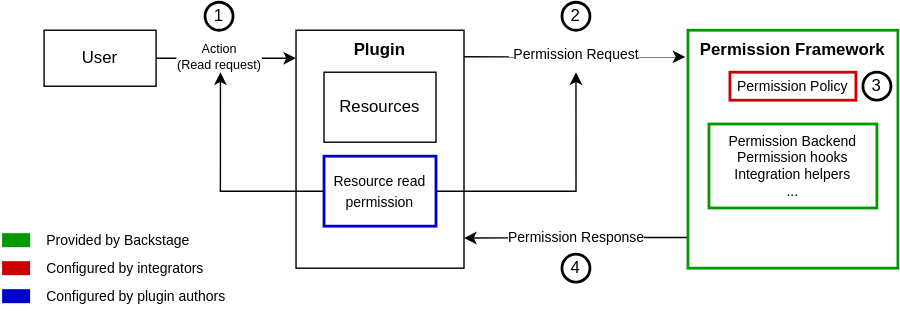
waldirmontoya25/backstage keeps this draw.io diagram as docs/assets/permissions/permission-framework-overview.drawio.svg. Above is the earlier version. Source tidied: cells renumbered, new cells last; positions are measured from the earlier drawing's top-left corner, leaving out a move shared by most shapes. Its diagram source:
```xml
<mxGraphModel>
  <root>
    <mxCell id="0" />
    <mxCell id="1" parent="0" />
    <mxCell id="2" value="User" style="rounded=0;whiteSpace=wrap;html=1;" parent="1" vertex="1">
      <mxGeometry x="30" y="20" width="80" height="40" as="geometry" />
    </mxCell>
    <mxCell id="3" value="Plugin" style="rounded=0;whiteSpace=wrap;html=1;verticalAlign=top;fontStyle=1;" parent="1" vertex="1">
      <mxGeometry x="210" y="20" width="120" height="170" as="geometry" />
    </mxCell>
    <mxCell id="4" value="Permission Response" style="edgeStyle=orthogonalEdgeStyle;rounded=0;jettySize=auto;html=1;exitX=0;exitY=0.871;exitDx=0;exitDy=0;entryX=1;entryY=0.75;entryDx=0;entryDy=0;fontSize=10;exitPerimeter=0;" parent="1" edge="1" source="5">
      <mxGeometry relative="1" as="geometry">
        <mxPoint x="330" y="168.5" as="targetPoint" />
      </mxGeometry>
    </mxCell>
    <mxCell id="5" value="Permission Framework" style="rounded=0;whiteSpace=wrap;html=1;verticalAlign=top;fontStyle=1;strokeWidth=2;strokeColor=#009900;" parent="1" vertex="1">
      <mxGeometry x="490" y="20" width="150" height="170" as="geometry" />
    </mxCell>
    <mxCell id="6" style="endArrow=classic;html=1;rounded=0;exitX=1;exitY=0.5;exitDx=0;exitDy=0;" parent="1" edge="1" source="2">
      <mxGeometry relative="1" as="geometry">
        <mxPoint x="210" y="40" as="targetPoint" />
      </mxGeometry>
    </mxCell>
    <mxCell id="7" value="Action&lt;br style=&quot;font-size: 9px;&quot;&gt;(Read request)" style="edgeLabel;html=1;align=center;verticalAlign=middle;fontSize=9;" parent="6" vertex="1">
      <mxGeometry x="0.5" y="2" relative="1" as="geometry">
        <mxPoint x="-30" y="1" as="offset" />
      </mxGeometry>
    </mxCell>
    <mxCell id="8" value="Resources" style="rounded=0;whiteSpace=wrap;html=1;" parent="1" vertex="1">
      <mxGeometry x="230" y="50" width="80" height="50" as="geometry" />
    </mxCell>
    <mxCell id="9" style="edgeStyle=orthogonalEdgeStyle;rounded=0;jettySize=auto;html=1;exitX=0;exitY=0.5;exitDx=0;exitDy=0;fontSize=10;" parent="1" edge="1" source="11">
      <mxGeometry relative="1" as="geometry">
        <mxPoint x="156" y="50" as="targetPoint" />
        <Array as="points">
          <mxPoint x="156" y="135" />
        </Array>
      </mxGeometry>
    </mxCell>
    <mxCell id="10" style="edgeStyle=orthogonalEdgeStyle;rounded=0;jettySize=auto;html=1;exitX=1;exitY=0.5;exitDx=0;exitDy=0;fontSize=10;" parent="1" edge="1" source="11">
      <mxGeometry relative="1" as="geometry">
        <mxPoint x="410" y="50" as="targetPoint" />
      </mxGeometry>
    </mxCell>
    <mxCell id="11" value="&lt;font style=&quot;font-size: 10px&quot;&gt;Resource read permission&lt;/font&gt;" style="rounded=0;whiteSpace=wrap;html=1;strokeWidth=2;strokeColor=#0000CC;" parent="1" vertex="1">
      <mxGeometry x="230" y="110" width="80" height="50" as="geometry" />
    </mxCell>
    <mxCell id="12" value="Permission Policy" style="rounded=0;whiteSpace=wrap;html=1;fontSize=10;strokeColor=#CC0000;strokeWidth=2;" parent="1" vertex="1">
      <mxGeometry x="520" y="50" width="90" height="20" as="geometry" />
    </mxCell>
    <mxCell id="13" style="endArrow=classic;html=1;rounded=0;fontSize=10;entryX=-0.012;entryY=0.112;entryDx=0;entryDy=0;entryPerimeter=0;" parent="1" edge="1" target="5">
      <mxGeometry relative="1" as="geometry">
        <mxPoint x="330" y="39" as="sourcePoint" />
      </mxGeometry>
    </mxCell>
    <mxCell id="14" value="Permission Request" style="edgeLabel;html=1;align=center;verticalAlign=middle;fontSize=10;" parent="13" vertex="1">
      <mxGeometry x="0.06" relative="1" as="geometry">
        <mxPoint x="-4" y="-2" as="offset" />
      </mxGeometry>
    </mxCell>
    <mxCell id="15" style="group;" parent="1" vertex="1">
      <mxGeometry y="160" width="140" height="20" as="geometry" />
    </mxCell>
    <mxCell id="16" style="rounded=0;whiteSpace=wrap;html=1;labelBorderColor=#CC0000;fontSize=10;strokeColor=none;strokeWidth=2;fillColor=#009900;" parent="15" vertex="1">
      <mxGeometry y="5" width="20" height="10" as="geometry" />
    </mxCell>
    <mxCell id="17" value="Provided by Backstage" style="text;html=1;align=left;verticalAlign=middle;strokeColor=none;fillColor=none;fontSize=10;" parent="15" vertex="1">
      <mxGeometry x="30" width="120" height="20" as="geometry" />
    </mxCell>
    <mxCell id="18" style="group;" parent="1" vertex="1">
      <mxGeometry y="180" width="160" height="20" as="geometry" />
    </mxCell>
    <mxCell id="19" style="rounded=0;whiteSpace=wrap;html=1;labelBorderColor=#CC0000;fontSize=10;strokeColor=none;strokeWidth=2;fillColor=#CC0000;" parent="18" vertex="1">
      <mxGeometry y="5" width="20" height="10" as="geometry" />
    </mxCell>
    <mxCell id="20" value="Configured by integrators" style="text;html=1;align=left;verticalAlign=middle;strokeColor=none;fillColor=none;fontSize=10;" parent="18" vertex="1">
      <mxGeometry x="30" width="130" height="20" as="geometry" />
    </mxCell>
    <mxCell id="21" style="group;" parent="1" vertex="1">
      <mxGeometry y="200" width="170" height="20" as="geometry" />
    </mxCell>
    <mxCell id="22" style="rounded=0;whiteSpace=wrap;html=1;labelBorderColor=#CC0000;fontSize=10;strokeColor=none;strokeWidth=2;fillColor=#0000CC;" parent="21" vertex="1">
      <mxGeometry y="5" width="20" height="10" as="geometry" />
    </mxCell>
    <mxCell id="23" value="Configured by plugin authors" style="text;html=1;align=left;verticalAlign=middle;strokeColor=none;fillColor=none;fontSize=10;" parent="21" vertex="1">
      <mxGeometry x="30" width="140" height="20" as="geometry" />
    </mxCell>
    <mxCell id="24" style="edgeStyle=orthogonalEdgeStyle;rounded=0;orthogonalLoop=1;jettySize=auto;html=1;exitX=0.5;exitY=1;exitDx=0;exitDy=0;fontSize=10;" parent="1" edge="1" source="3" target="3">
      <mxGeometry relative="1" as="geometry" />
    </mxCell>
    <mxCell id="25" value="Permission Backend&lt;br&gt;Permission hooks&lt;br&gt;Integration helpers&lt;br&gt;..." style="rounded=0;whiteSpace=wrap;html=1;labelBorderColor=none;fontSize=10;strokeColor=#009900;strokeWidth=2;fillColor=default;" parent="1" vertex="1">
      <mxGeometry x="505" y="87" width="120" height="60" as="geometry" />
    </mxCell>
    <mxCell id="26" value="1" style="ellipse;whiteSpace=wrap;html=1;labelBorderColor=none;fontSize=12;strokeColor=#000000;strokeWidth=2;fillColor=default;" parent="1" vertex="1">
      <mxGeometry x="145" width="20" height="20" as="geometry" />
    </mxCell>
    <mxCell id="27" value="2" style="ellipse;whiteSpace=wrap;html=1;labelBorderColor=none;fontSize=12;strokeColor=#000000;strokeWidth=2;fillColor=default;" parent="1" vertex="1">
      <mxGeometry x="400" width="20" height="20" as="geometry" />
    </mxCell>
    <mxCell id="28" value="3" style="ellipse;whiteSpace=wrap;html=1;labelBorderColor=none;fontSize=12;strokeColor=#000000;strokeWidth=2;fillColor=default;" parent="1" vertex="1">
      <mxGeometry x="615" y="50" width="20" height="20" as="geometry" />
    </mxCell>
    <mxCell id="29" value="4" style="ellipse;whiteSpace=wrap;html=1;labelBorderColor=none;fontSize=12;strokeColor=#000000;strokeWidth=2;fillColor=default;" parent="1" vertex="1">
      <mxGeometry x="400" y="180" width="20" height="20" as="geometry" />
    </mxCell>
  </root>
</mxGraphModel>
```
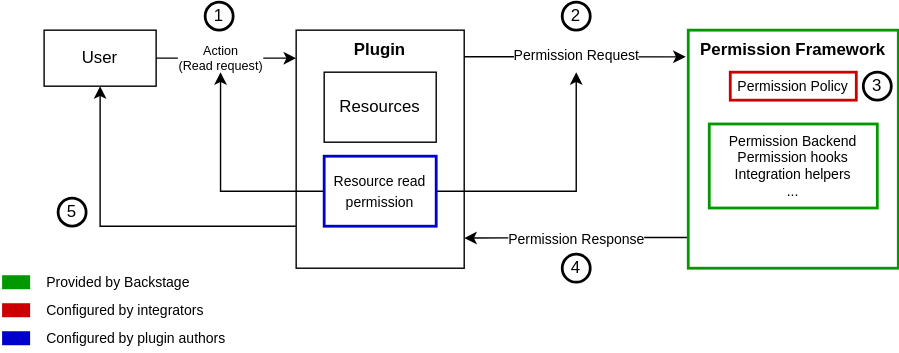
After the commit.

Change to the diagram source:
```diff
@@ -5,6 +5,13 @@
     <mxCell id="2" value="User" style="rounded=0;whiteSpace=wrap;html=1;" parent="1" vertex="1">
       <mxGeometry x="30" y="20" width="80" height="40" as="geometry" />
     </mxCell>
+    <mxCell id="30" style="edgeStyle=orthogonalEdgeStyle;rounded=0;jettySize=auto;html=1;entryX=0.5;entryY=1;entryDx=0;entryDy=0;" parent="1" edge="1" source="3" target="2">
+      <mxGeometry relative="1" as="geometry">
+        <Array as="points">
+          <mxPoint x="70" y="160" />
+        </Array>
+      </mxGeometry>
+    </mxCell>
     <mxCell id="3" value="Plugin" style="rounded=0;whiteSpace=wrap;html=1;verticalAlign=top;fontStyle=1;" parent="1" vertex="1">
       <mxGeometry x="210" y="20" width="120" height="170" as="geometry" />
     </mxCell>
@@ -59,7 +66,7 @@
       </mxGeometry>
     </mxCell>
     <mxCell id="15" style="group;" parent="1" vertex="1">
-      <mxGeometry y="160" width="140" height="20" as="geometry" />
+      <mxGeometry y="190" width="140" height="20" as="geometry" />
     </mxCell>
     <mxCell id="16" style="rounded=0;whiteSpace=wrap;html=1;labelBorderColor=#CC0000;fontSize=10;strokeColor=none;strokeWidth=2;fillColor=#009900;" parent="15" vertex="1">
       <mxGeometry y="5" width="20" height="10" as="geometry" />
@@ -68,7 +75,7 @@
       <mxGeometry x="30" width="120" height="20" as="geometry" />
     </mxCell>
     <mxCell id="18" style="group;" parent="1" vertex="1">
-      <mxGeometry y="180" width="160" height="20" as="geometry" />
+      <mxGeometry y="210" width="160" height="20" as="geometry" />
     </mxCell>
     <mxCell id="19" style="rounded=0;whiteSpace=wrap;html=1;labelBorderColor=#CC0000;fontSize=10;strokeColor=none;strokeWidth=2;fillColor=#CC0000;" parent="18" vertex="1">
       <mxGeometry y="5" width="20" height="10" as="geometry" />
@@ -77,7 +84,7 @@
       <mxGeometry x="30" width="130" height="20" as="geometry" />
     </mxCell>
     <mxCell id="21" style="group;" parent="1" vertex="1">
-      <mxGeometry y="200" width="170" height="20" as="geometry" />
+      <mxGeometry y="230" width="170" height="20" as="geometry" />
     </mxCell>
     <mxCell id="22" style="rounded=0;whiteSpace=wrap;html=1;labelBorderColor=#CC0000;fontSize=10;strokeColor=none;strokeWidth=2;fillColor=#0000CC;" parent="21" vertex="1">
       <mxGeometry y="5" width="20" height="10" as="geometry" />
@@ -103,5 +110,8 @@
     <mxCell id="29" value="4" style="ellipse;whiteSpace=wrap;html=1;labelBorderColor=none;fontSize=12;strokeColor=#000000;strokeWidth=2;fillColor=default;" parent="1" vertex="1">
       <mxGeometry x="400" y="180" width="20" height="20" as="geometry" />
     </mxCell>
+    <mxCell id="31" value="5" style="ellipse;whiteSpace=wrap;html=1;labelBorderColor=none;fontSize=12;strokeColor=#000000;strokeWidth=2;fillColor=default;" parent="1" vertex="1">
+      <mxGeometry x="40" y="140" width="20" height="20" as="geometry" />
+    </mxCell>
   </root>
 </mxGraphModel>
```
